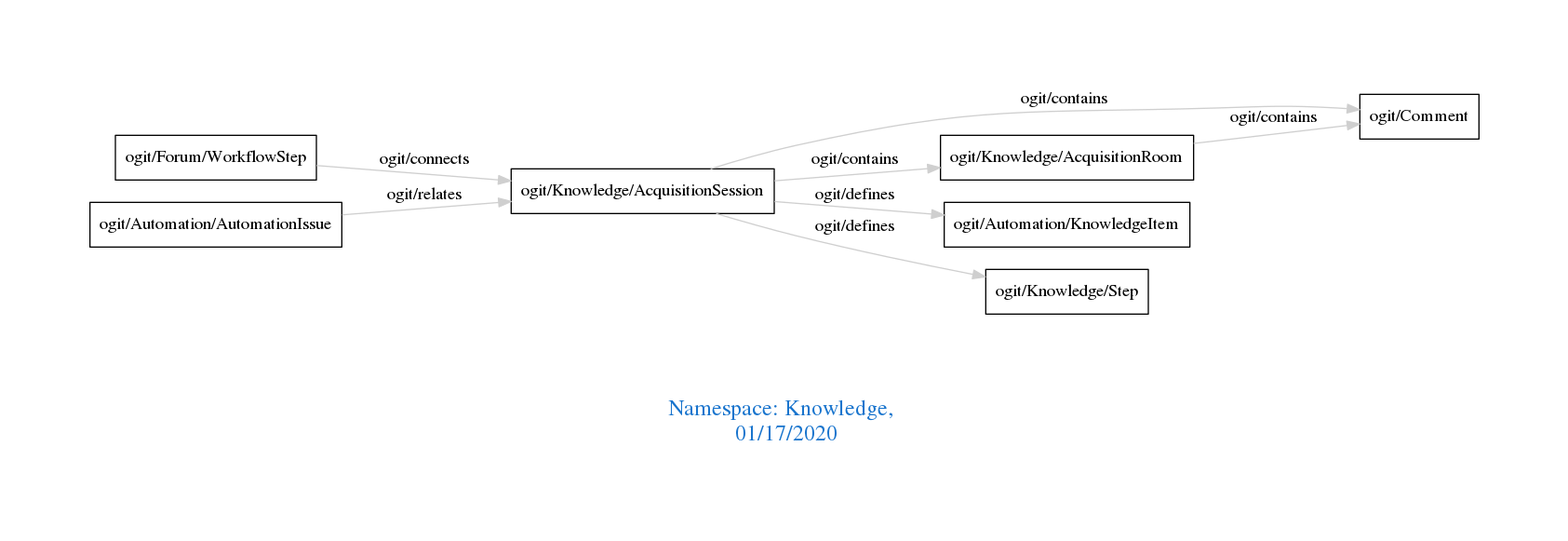
Before: downloads/Knowledge.png, a diagram exported from Graphviz (arago/OGIT). Its source is kept beside it as downloads/Knowledge.dot.
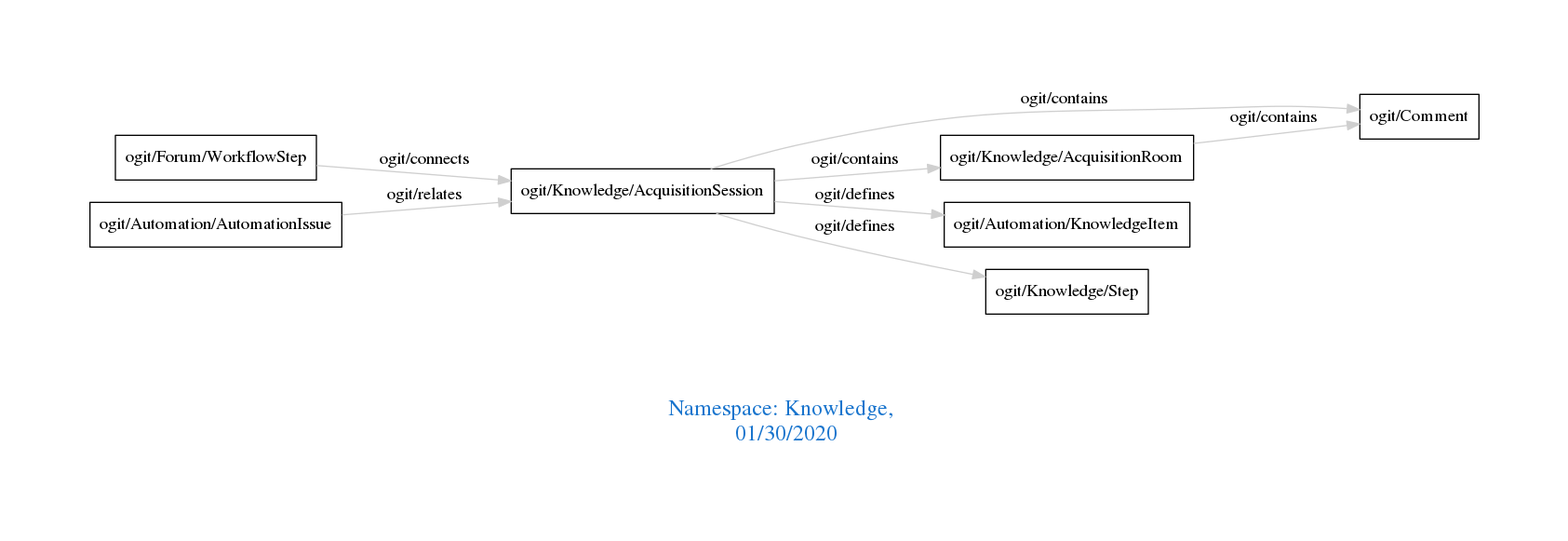
Above is the later version.

Diff of the diagram source:
```diff
@@ -1,7 +1,7 @@
 digraph OGIT_ontology {
  graph [ rankdir= LR,pad=1
 fontsize = 18,
-fontcolor= dodgerblue3,label = "\n\n\nNamespace: Knowledge, \n 01/17/2020"];
+fontcolor= dodgerblue3,label = "\n\n\nNamespace: Knowledge, \n 01/30/2020"];
 node[shape=polygon];
 edge [  color="gray81"];
 
```
